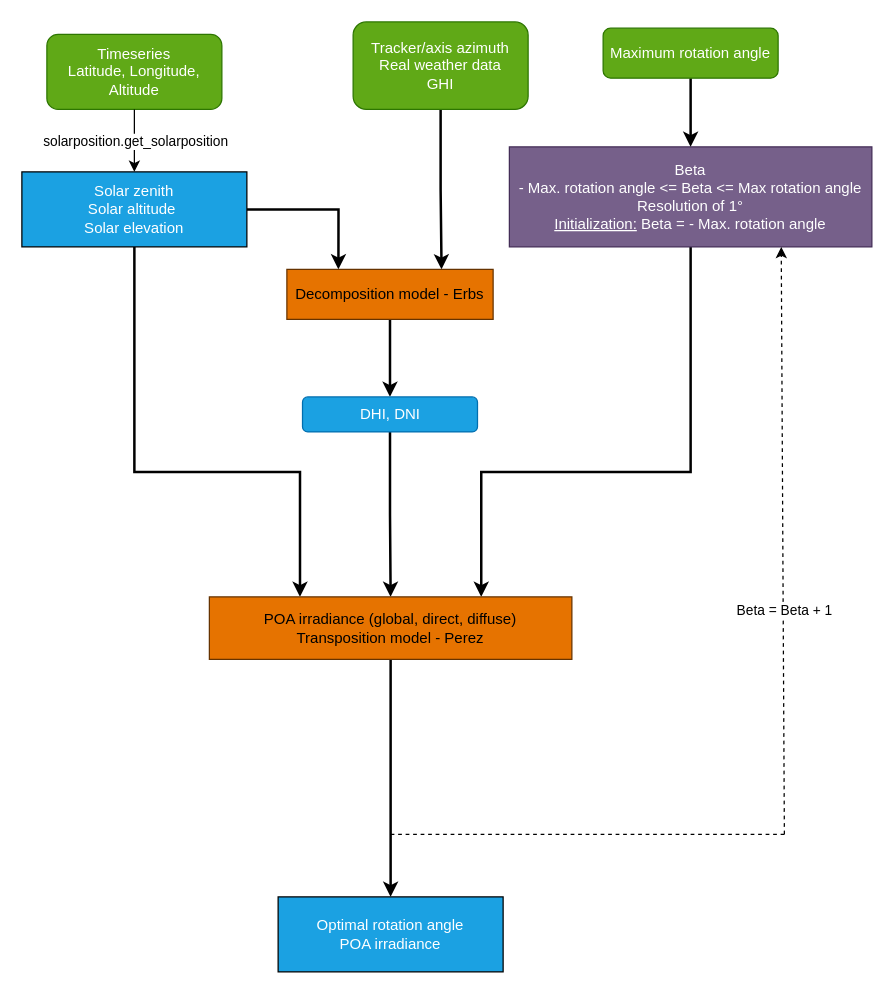
This is 03 - Brute force search/Pictures/Brute force search - decomposition.drawio from mathispasquier/Test, a draw.io file, before an edit. Source tidied: cells renumbered, new cells numbered last; positions are measured from the earlier drawing's top-left corner, leaving out a move shared by most shapes. Both pictures are drawn from the tidied source at 125%, with x=0, y=0 at pixel (21, 21).
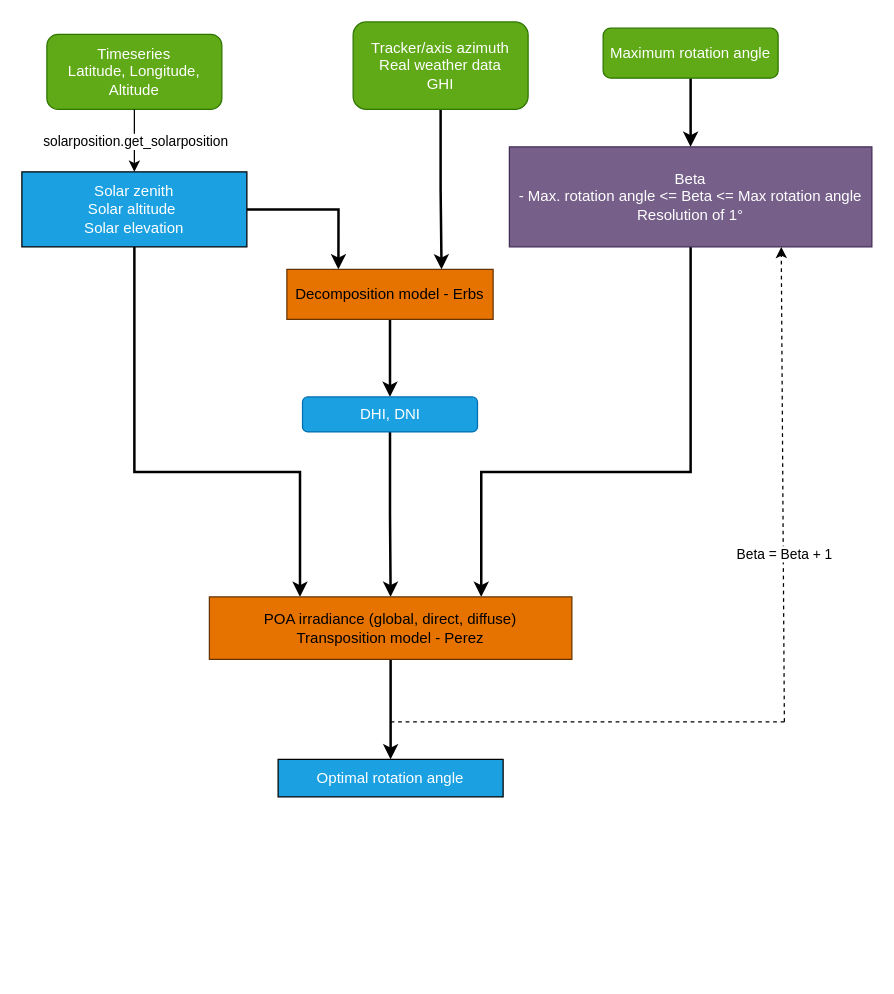
Above is the later version.

Diff of the diagram source:
```diff
@@
-    <mxCell id="12" value="&lt;div&gt;Beta&lt;/div&gt;&lt;div&gt;- Max. rotation angle &amp;lt;= Beta &amp;lt;= Max rotation angle&lt;br&gt;&lt;/div&gt;&lt;div&gt;Resolution of 1°&lt;br&gt;&lt;/div&gt;&lt;div&gt;&lt;u&gt;Initialization:&lt;/u&gt; Beta = - Max. rotation angle&lt;/div&gt;" style="rounded=0;whiteSpace=wrap;html=1;fillStyle=solid;fillColor=#76608a;strokeColor=#432D57;fontColor=#ffffff;" parent="1" vertex="1">
+    <mxCell id="12" value="&lt;div&gt;Beta&lt;/div&gt;&lt;div&gt;- Max. rotation angle &amp;lt;= Beta &amp;lt;= Max rotation angle&lt;br&gt;&lt;/div&gt;&lt;div&gt;Resolution of 1°&lt;br&gt;&lt;/div&gt;" style="rounded=0;whiteSpace=wrap;html=1;fillStyle=solid;fillColor=#76608a;strokeColor=#432D57;fontColor=#ffffff;" parent="1" vertex="1">
       <mxGeometry x="390" y="100" width="290" height="80" as="geometry" />
     </mxCell>
@@
-    <mxCell id="15" value="&lt;div&gt;Optimal rotation angle&lt;/div&gt;&lt;div&gt;POA irradiance&lt;br&gt;&lt;/div&gt;" style="rounded=0;whiteSpace=wrap;html=1;fillColor=#1ba1e2;fontColor=#ffffff;strokeColor=default;" parent="1" vertex="1">
-      <mxGeometry x="205" y="700" width="180" height="60" as="geometry" />
+    <mxCell id="15" value="&lt;div&gt;Optimal rotation angle&lt;/div&gt;" style="rounded=0;whiteSpace=wrap;html=1;fillColor=#1ba1e2;fontColor=#ffffff;strokeColor=default;" parent="1" vertex="1">
+      <mxGeometry x="205" y="590" width="180" height="30" as="geometry" />
     </mxCell>
@@
     <mxCell id="18" style="endArrow=none;html=1;rounded=0;dashed=1;" parent="1" edge="1">
       <mxGeometry relative="1" as="geometry">
-        <mxPoint x="295" y="650" as="sourcePoint" />
-        <mxPoint x="610" y="650" as="targetPoint" />
+        <mxPoint x="295" y="560" as="sourcePoint" />
+        <mxPoint x="610" y="560" as="targetPoint" />
       </mxGeometry>
     </mxCell>
     <mxCell id="19" style="endArrow=classic;html=1;rounded=0;entryX=0.75;entryY=1;entryDx=0;entryDy=0;dashed=1;" parent="1" edge="1" target="12">
       <mxGeometry relative="1" as="geometry">
-        <mxPoint x="610" y="650" as="sourcePoint" />
+        <mxPoint x="610" y="560" as="sourcePoint" />
       </mxGeometry>
     </mxCell>
```
